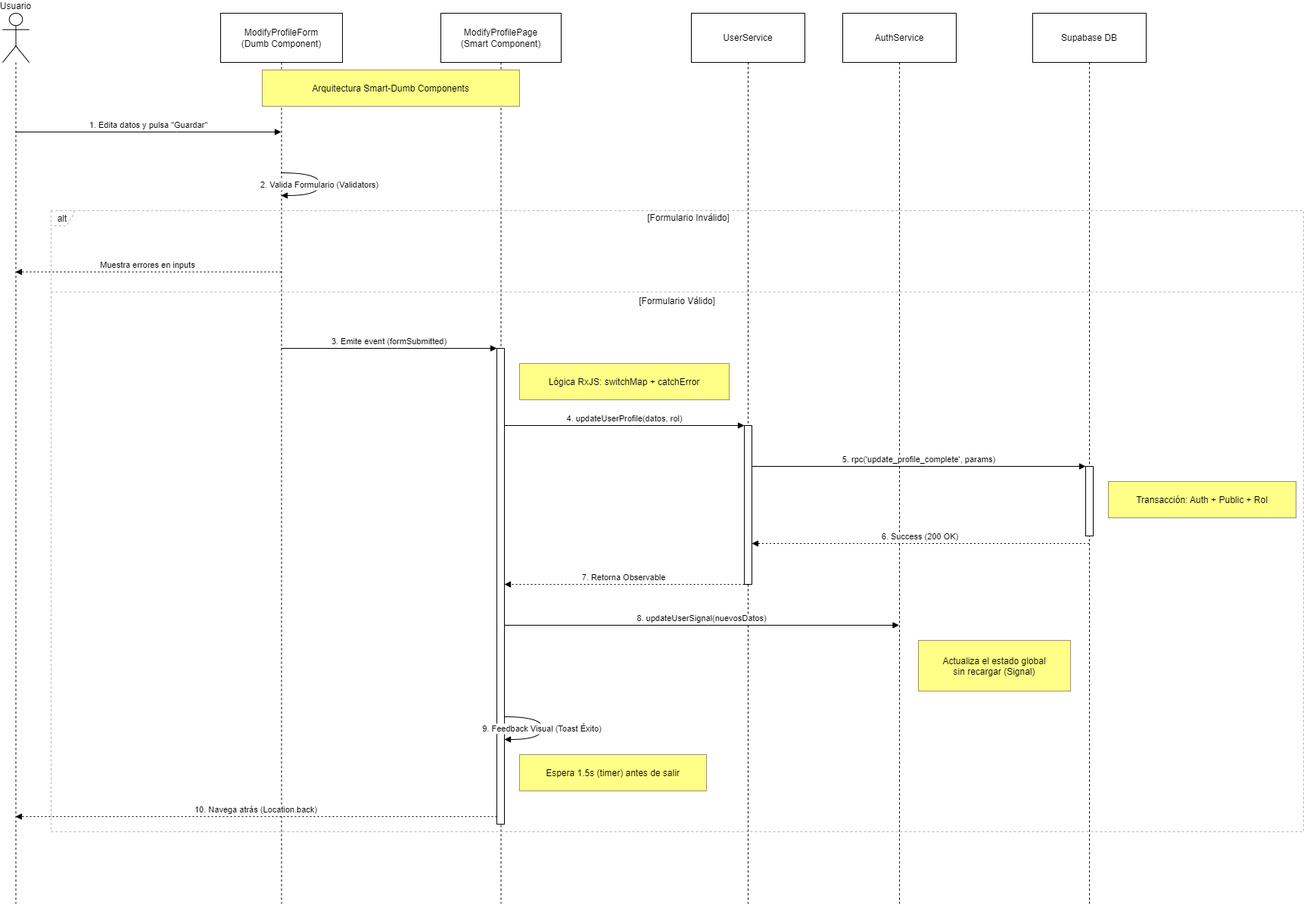
This is docs/diagramas/secuencias/modifiar_perfil.drawio.png from egilp04/TFG_Cuidados, a draw.io export, as it was before one commit. Source tidied: cells renumbered, new cells last; positions are measured from the earlier drawing's top-left corner, leaving out a move shared by most shapes. The source it was exported from:
```xml
<mxGraphModel>
  <root>
    <mxCell id="0" />
    <mxCell id="1" parent="0" />
    <mxCell id="2" value="Usuario" style="shape=umlLifeline;perimeter=lifelinePerimeter;whiteSpace=wrap;outlineConnect=0;portConstraint=eastwest;newEdgeStyle={&quot;edgeStyle&quot;:&quot;elbowEdgeStyle&quot;,&quot;elbow&quot;:&quot;vertical&quot;,&quot;curved&quot;:0,&quot;rounded&quot;:0};participant=umlActor;verticalAlign=bottom;labelPosition=center;verticalLabelPosition=top;align=center;size=65;" parent="1" vertex="1">
      <mxGeometry width="35" height="1177" as="geometry" />
    </mxCell>
    <mxCell id="3" value="ModifyProfileForm&#10;(Dumb Component)" style="shape=umlLifeline;perimeter=lifelinePerimeter;whiteSpace=wrap;outlineConnect=0;portConstraint=eastwest;newEdgeStyle={&quot;edgeStyle&quot;:&quot;elbowEdgeStyle&quot;,&quot;elbow&quot;:&quot;vertical&quot;,&quot;curved&quot;:0,&quot;rounded&quot;:0};size=65;" parent="1" vertex="1">
      <mxGeometry x="288" width="161" height="1177" as="geometry" />
    </mxCell>
    <mxCell id="4" value="ModifyProfilePage&#10;(Smart Component)" style="shape=umlLifeline;perimeter=lifelinePerimeter;whiteSpace=wrap;newEdgeStyle={&quot;edgeStyle&quot;:&quot;elbowEdgeStyle&quot;,&quot;elbow&quot;:&quot;vertical&quot;,&quot;curved&quot;:0,&quot;rounded&quot;:0};size=65;" parent="1" vertex="1">
      <mxGeometry x="579" width="159" height="1177" as="geometry" />
    </mxCell>
    <mxCell id="5" style="points=[];perimeter=orthogonalPerimeter;outlineConnect=0;targetShapes=umlLifeline;portConstraint=eastwest;newEdgeStyle={&quot;edgeStyle&quot;:&quot;elbowEdgeStyle&quot;,&quot;elbow&quot;:&quot;vertical&quot;,&quot;curved&quot;:0,&quot;rounded&quot;:0};" parent="4" vertex="1">
      <mxGeometry x="74" y="443" width="10" height="629" as="geometry" />
    </mxCell>
    <mxCell id="6" value="UserService" style="shape=umlLifeline;perimeter=lifelinePerimeter;whiteSpace=wrap;newEdgeStyle={&quot;edgeStyle&quot;:&quot;elbowEdgeStyle&quot;,&quot;elbow&quot;:&quot;vertical&quot;,&quot;curved&quot;:0,&quot;rounded&quot;:0};size=65;" parent="1" vertex="1">
      <mxGeometry x="910" width="150" height="1177" as="geometry" />
    </mxCell>
    <mxCell id="7" style="points=[];perimeter=orthogonalPerimeter;outlineConnect=0;targetShapes=umlLifeline;portConstraint=eastwest;newEdgeStyle={&quot;edgeStyle&quot;:&quot;elbowEdgeStyle&quot;,&quot;elbow&quot;:&quot;vertical&quot;,&quot;curved&quot;:0,&quot;rounded&quot;:0};" parent="6" vertex="1">
      <mxGeometry x="70" y="545" width="10" height="210" as="geometry" />
    </mxCell>
    <mxCell id="8" value="AuthService" style="shape=umlLifeline;perimeter=lifelinePerimeter;whiteSpace=wrap;outlineConnect=0;portConstraint=eastwest;newEdgeStyle={&quot;edgeStyle&quot;:&quot;elbowEdgeStyle&quot;,&quot;elbow&quot;:&quot;vertical&quot;,&quot;curved&quot;:0,&quot;rounded&quot;:0};size=65;" parent="1" vertex="1">
      <mxGeometry x="1110" width="150" height="1177" as="geometry" />
    </mxCell>
    <mxCell id="9" value="Supabase DB" style="shape=umlLifeline;perimeter=lifelinePerimeter;whiteSpace=wrap;outlineConnect=0;portConstraint=eastwest;newEdgeStyle={&quot;edgeStyle&quot;:&quot;elbowEdgeStyle&quot;,&quot;elbow&quot;:&quot;vertical&quot;,&quot;curved&quot;:0,&quot;rounded&quot;:0};size=65;" parent="1" vertex="1">
      <mxGeometry x="1361" width="150" height="1177" as="geometry" />
    </mxCell>
    <mxCell id="10" style="points=[];perimeter=orthogonalPerimeter;outlineConnect=0;targetShapes=umlLifeline;portConstraint=eastwest;newEdgeStyle={&quot;edgeStyle&quot;:&quot;elbowEdgeStyle&quot;,&quot;elbow&quot;:&quot;vertical&quot;,&quot;curved&quot;:0,&quot;rounded&quot;:0};" parent="9" vertex="1">
      <mxGeometry x="70" y="599" width="10" height="92" as="geometry" />
    </mxCell>
    <mxCell id="11" value="alt" style="shape=umlFrame;dashed=1;strokeColor=#B3B3B3;height=20;width=30;" parent="1" vertex="1">
      <mxGeometry x="64" y="261" width="1655" height="821" as="geometry" />
    </mxCell>
    <mxCell id="12" value="[Formulario Inválido]" style="text;strokeColor=none;fillColor=none;align=center;verticalAlign=middle;whiteSpace=wrap;" parent="11" vertex="1">
      <mxGeometry x="30" width="1625" height="20" as="geometry" />
    </mxCell>
    <mxCell id="13" value="[Formulario Válido]" style="shape=line;dashed=1;whiteSpace=wrap;verticalAlign=top;labelPosition=center;verticalLabelPosition=middle;align=center;strokeColor=#B3B3B3;" parent="11" vertex="1">
      <mxGeometry y="106" width="1655" height="3" as="geometry" />
    </mxCell>
    <mxCell id="14" value="1. Edita datos y pulsa &quot;Guardar&quot;" style="verticalAlign=bottom;edgeStyle=elbowEdgeStyle;elbow=vertical;curved=0;rounded=0;endArrow=block;" parent="1" edge="1" source="2" target="3">
      <mxGeometry relative="1" as="geometry">
        <Array as="points">
          <mxPoint x="230" y="157" />
        </Array>
      </mxGeometry>
    </mxCell>
    <mxCell id="15" value="2. Valida Formulario (Validators)" style="curved=1;endArrow=block;rounded=0;" parent="1" edge="1" source="3" target="3">
      <mxGeometry relative="1" as="geometry">
        <Array as="points">
          <mxPoint x="419" y="211" />
          <mxPoint x="419" y="241" />
        </Array>
      </mxGeometry>
    </mxCell>
    <mxCell id="16" value="Muestra errores en inputs" style="verticalAlign=bottom;edgeStyle=elbowEdgeStyle;elbow=vertical;curved=0;rounded=0;dashed=1;dashPattern=2 3;endArrow=block;" parent="1" edge="1" source="3" target="2">
      <mxGeometry relative="1" as="geometry">
        <Array as="points">
          <mxPoint x="233" y="342" />
        </Array>
      </mxGeometry>
    </mxCell>
    <mxCell id="17" value="3. Emite event (formSubmitted)" style="verticalAlign=bottom;edgeStyle=elbowEdgeStyle;elbow=vertical;curved=0;rounded=0;endArrow=block;" parent="1" edge="1" source="3" target="5">
      <mxGeometry relative="1" as="geometry">
        <Array as="points">
          <mxPoint x="522" y="443" />
        </Array>
      </mxGeometry>
    </mxCell>
    <mxCell id="18" value="4. updateUserProfile(datos, rol)" style="verticalAlign=bottom;edgeStyle=elbowEdgeStyle;elbow=vertical;curved=0;rounded=0;endArrow=block;" parent="1" edge="1" source="5" target="7">
      <mxGeometry relative="1" as="geometry">
        <Array as="points">
          <mxPoint x="832" y="545" />
        </Array>
      </mxGeometry>
    </mxCell>
    <mxCell id="19" value="5. rpc('update_profile_complete', params)" style="verticalAlign=bottom;edgeStyle=elbowEdgeStyle;elbow=vertical;curved=0;rounded=0;endArrow=block;" parent="1" edge="1" source="7" target="10">
      <mxGeometry relative="1" as="geometry">
        <Array as="points">
          <mxPoint x="1221" y="599" />
        </Array>
      </mxGeometry>
    </mxCell>
    <mxCell id="20" value="6. Success (200 OK)" style="verticalAlign=bottom;edgeStyle=elbowEdgeStyle;elbow=vertical;curved=0;rounded=0;dashed=1;dashPattern=2 3;endArrow=block;" parent="1" edge="1" source="9" target="7">
      <mxGeometry relative="1" as="geometry">
        <Array as="points">
          <mxPoint x="1222" y="701" />
        </Array>
      </mxGeometry>
    </mxCell>
    <mxCell id="21" value="7. Retorna Observable" style="verticalAlign=bottom;edgeStyle=elbowEdgeStyle;elbow=vertical;curved=0;rounded=0;dashed=1;dashPattern=2 3;endArrow=block;" parent="1" edge="1" source="7" target="5">
      <mxGeometry relative="1" as="geometry">
        <Array as="points">
          <mxPoint x="833" y="755" />
        </Array>
      </mxGeometry>
    </mxCell>
    <mxCell id="22" value="8. updateUserSignal(nuevosDatos)" style="verticalAlign=bottom;edgeStyle=elbowEdgeStyle;elbow=vertical;curved=0;rounded=0;endArrow=block;" parent="1" edge="1" source="5" target="8">
      <mxGeometry relative="1" as="geometry">
        <Array as="points">
          <mxPoint x="932" y="809" />
        </Array>
      </mxGeometry>
    </mxCell>
    <mxCell id="23" value="9. Feedback Visual (Toast Éxito)" style="curved=1;endArrow=block;rounded=0;" parent="1" edge="1" source="5" target="5">
      <mxGeometry relative="1" as="geometry">
        <Array as="points">
          <mxPoint x="713" y="930" />
          <mxPoint x="713" y="960" />
        </Array>
      </mxGeometry>
    </mxCell>
    <mxCell id="24" value="10. Navega atrás (Location.back)" style="verticalAlign=bottom;edgeStyle=elbowEdgeStyle;elbow=vertical;curved=0;rounded=0;dashed=1;dashPattern=2 3;endArrow=block;" parent="1" edge="1" source="5" target="2">
      <mxGeometry relative="1" as="geometry">
        <Array as="points">
          <mxPoint x="376" y="1062" />
        </Array>
      </mxGeometry>
    </mxCell>
    <mxCell id="25" value="Arquitectura Smart-Dumb Components" style="fillColor=#ffff88;strokeColor=#9E916F;" parent="1" vertex="1">
      <mxGeometry x="343" y="75" width="340" height="48" as="geometry" />
    </mxCell>
    <mxCell id="26" value="Lógica RxJS: switchMap + catchError" style="fillColor=#ffff88;strokeColor=#9E916F;" parent="1" vertex="1">
      <mxGeometry x="683" y="463" width="277" height="48" as="geometry" />
    </mxCell>
    <mxCell id="27" value="Transacción: Auth + Public + Rol" style="fillColor=#ffff88;strokeColor=#9E916F;" parent="1" vertex="1">
      <mxGeometry x="1461" y="619" width="248" height="48" as="geometry" />
    </mxCell>
    <mxCell id="28" value="Actualiza el estado global&#10;sin recargar (Signal)" style="fillColor=#ffff88;strokeColor=#9E916F;" parent="1" vertex="1">
      <mxGeometry x="1210" y="829" width="201" height="67" as="geometry" />
    </mxCell>
    <mxCell id="29" value="Espera 1.5s (timer) antes de salir" style="fillColor=#ffff88;strokeColor=#9E916F;" parent="1" vertex="1">
      <mxGeometry x="683" y="980" width="247" height="48" as="geometry" />
    </mxCell>
  </root>
</mxGraphModel>
```
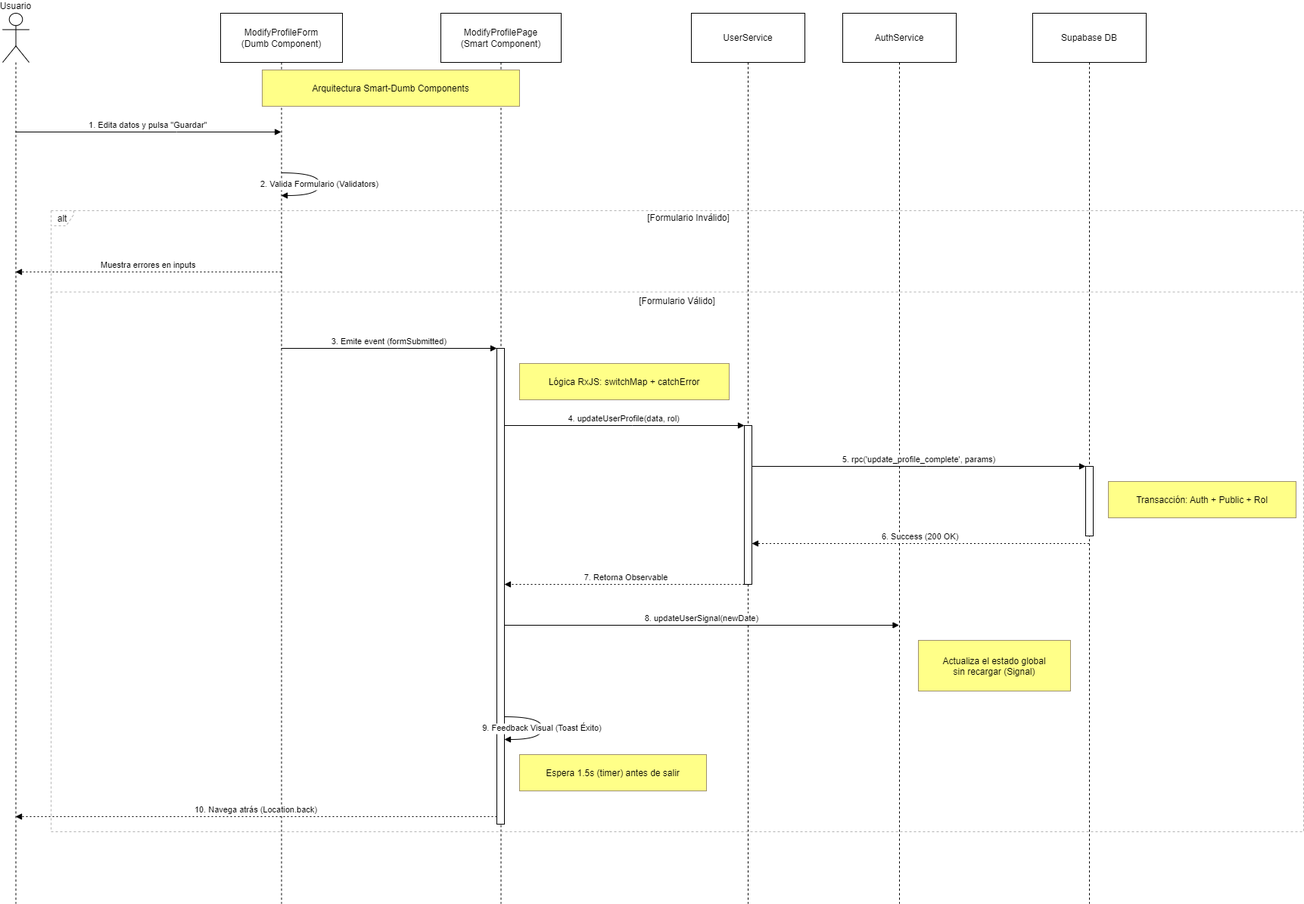
Above is the later version.

Diff of the diagram source:
```diff
@@ -67,7 +67,7 @@
         </Array>
       </mxGeometry>
     </mxCell>
-    <mxCell id="18" value="4. updateUserProfile(datos, rol)" style="verticalAlign=bottom;edgeStyle=elbowEdgeStyle;elbow=vertical;curved=0;rounded=0;endArrow=block;" parent="1" edge="1" source="5" target="7">
+    <mxCell id="18" value="4. updateUserProfile(data, rol)" style="verticalAlign=bottom;edgeStyle=elbowEdgeStyle;elbow=vertical;curved=0;rounded=0;endArrow=block;" parent="1" edge="1" source="5" target="7">
       <mxGeometry relative="1" as="geometry">
         <Array as="points">
           <mxPoint x="832" y="545" />
@@ -95,7 +95,7 @@
         </Array>
       </mxGeometry>
     </mxCell>
-    <mxCell id="22" value="8. updateUserSignal(nuevosDatos)" style="verticalAlign=bottom;edgeStyle=elbowEdgeStyle;elbow=vertical;curved=0;rounded=0;endArrow=block;" parent="1" edge="1" source="5" target="8">
+    <mxCell id="22" value="8. updateUserSignal(newDate)" style="verticalAlign=bottom;edgeStyle=elbowEdgeStyle;elbow=vertical;curved=0;rounded=0;endArrow=block;" parent="1" edge="1" source="5" target="8">
       <mxGeometry relative="1" as="geometry">
         <Array as="points">
           <mxPoint x="932" y="809" />
```
